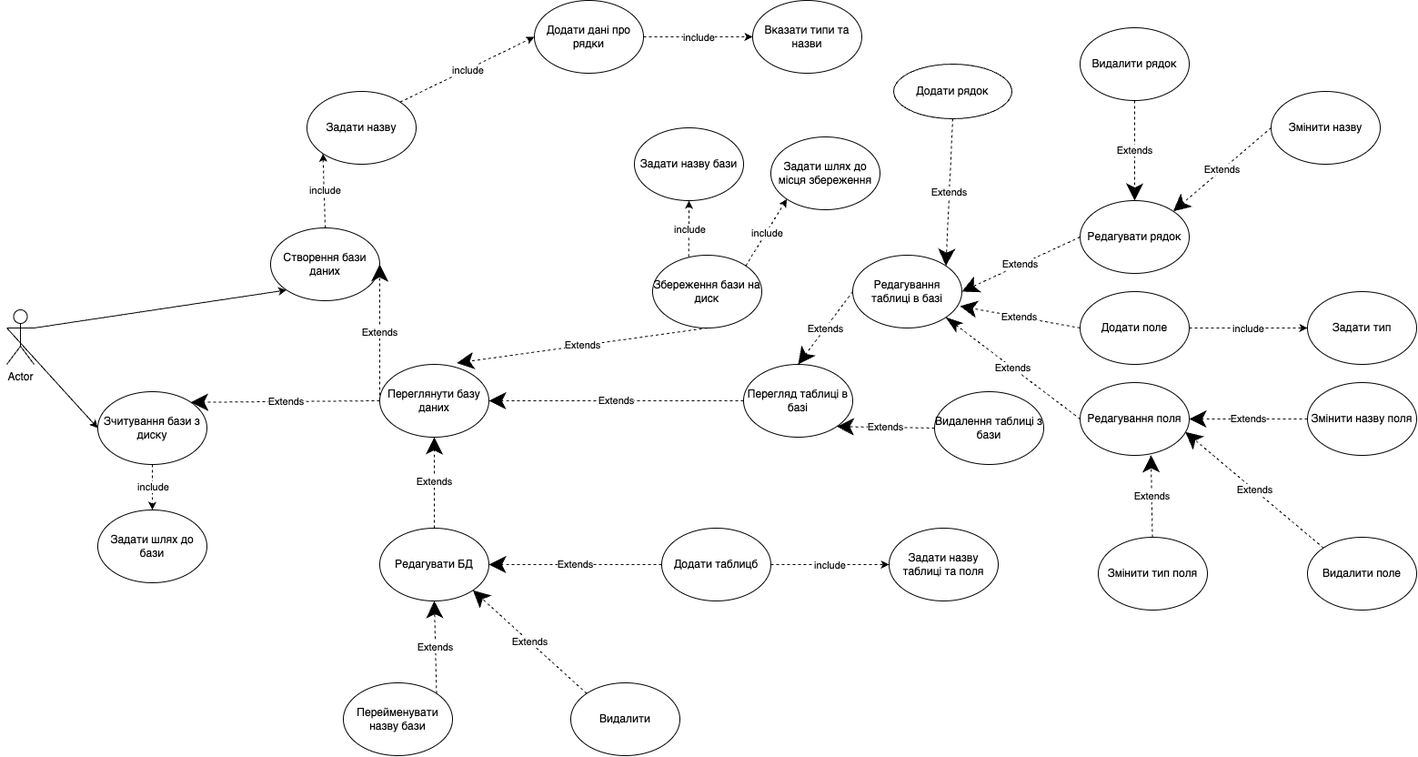
Before: UMLDiagrams/прецедентів.drawio.png, a diagram exported from draw.io (maksymkhodakov/ITLabs). Source tidied: cells renumbered, new cells last; positions are measured from the earlier drawing's top-left corner, leaving out a move shared by most shapes.
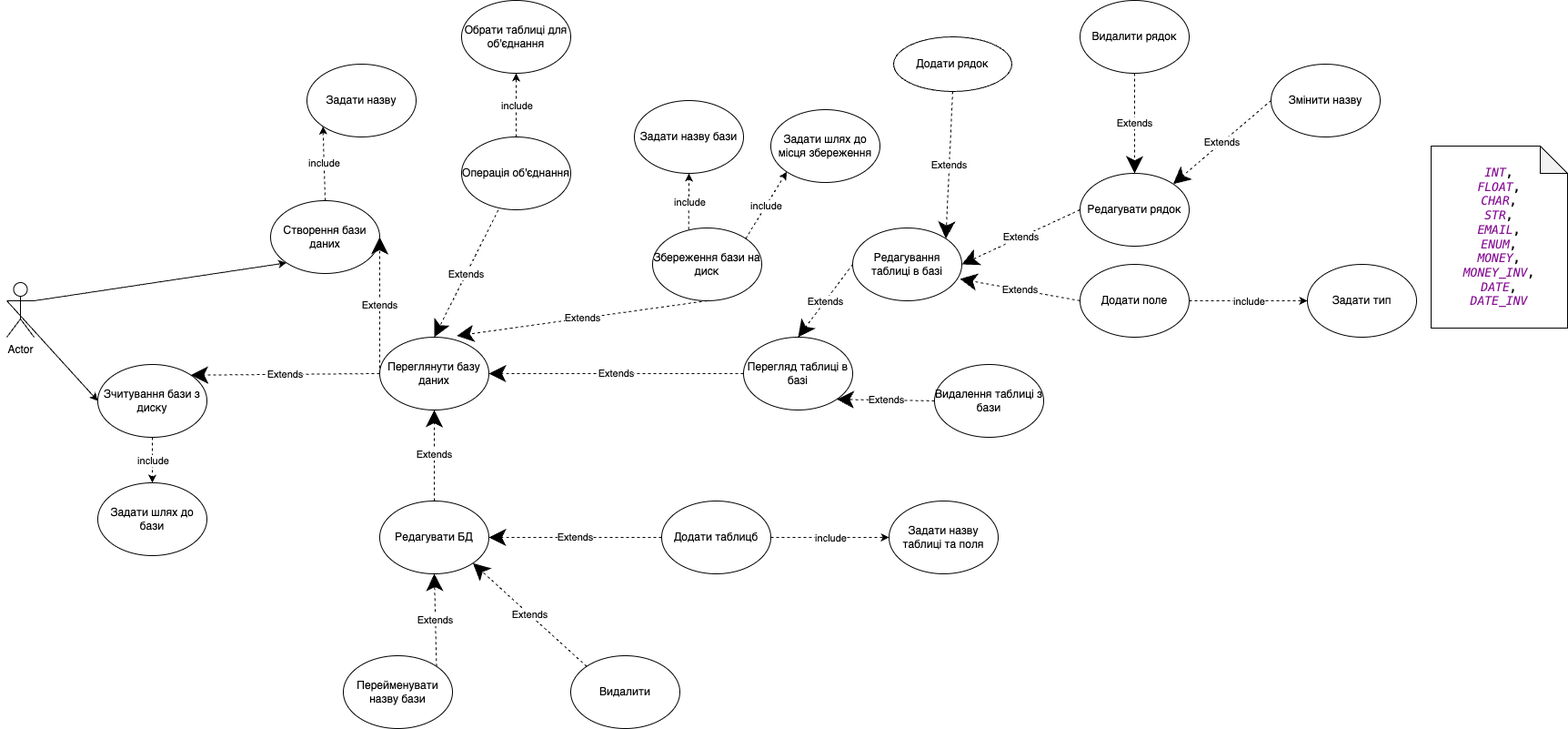
Above is the later version.

Change to the diagram source:
```diff
@@ -65,30 +65,6 @@
     <mxCell id="22" value="Задати назву таблиці та поля" style="ellipse;whiteSpace=wrap;html=1;" parent="1" vertex="1">
       <mxGeometry x="970" y="580" width="120" height="80" as="geometry" />
     </mxCell>
-    <mxCell id="23" value="Extends" style="endArrow=classicThin;endSize=16;endFill=1;html=1;rounded=0;exitX=0;exitY=0.5;exitDx=0;exitDy=0;entryX=1;entryY=1;entryDx=0;entryDy=0;dashed=1;" parent="1" edge="1" source="24" target="5">
-      <mxGeometry relative="1" as="geometry" />
-    </mxCell>
-    <mxCell id="24" value="Редагування поля" style="ellipse;whiteSpace=wrap;html=1;" parent="1" vertex="1">
-      <mxGeometry x="1180" y="420" width="120" height="80" as="geometry" />
-    </mxCell>
-    <mxCell id="25" value="Extends" style="endArrow=classic;endSize=16;endFill=1;html=1;rounded=0;entryX=1;entryY=0.5;entryDx=0;entryDy=0;exitX=0;exitY=0.5;exitDx=0;exitDy=0;dashed=1;" parent="1" edge="1" source="26" target="24">
-      <mxGeometry relative="1" as="geometry" />
-    </mxCell>
-    <mxCell id="26" value="Змінити назву поля" style="ellipse;whiteSpace=wrap;html=1;" parent="1" vertex="1">
-      <mxGeometry x="1430" y="420" width="120" height="80" as="geometry" />
-    </mxCell>
-    <mxCell id="27" value="Extends" style="endArrow=classic;endSize=16;endFill=1;html=1;rounded=0;entryX=0.964;entryY=0.678;entryDx=0;entryDy=0;exitX=0;exitY=0;exitDx=0;exitDy=0;entryPerimeter=0;dashed=1;" parent="1" edge="1" source="28" target="24">
-      <mxGeometry relative="1" as="geometry" />
-    </mxCell>
-    <mxCell id="28" value="Видалити поле" style="ellipse;whiteSpace=wrap;html=1;" parent="1" vertex="1">
-      <mxGeometry x="1430" y="590" width="120" height="80" as="geometry" />
-    </mxCell>
-    <mxCell id="29" value="Змінити тип поля" style="ellipse;whiteSpace=wrap;html=1;" parent="1" vertex="1">
-      <mxGeometry x="1200" y="590" width="120" height="80" as="geometry" />
-    </mxCell>
-    <mxCell id="30" value="Extends" style="endArrow=classic;endSize=16;endFill=1;html=1;rounded=0;entryX=0.649;entryY=0.997;entryDx=0;entryDy=0;entryPerimeter=0;dashed=1;" parent="1" edge="1" source="29" target="24">
-      <mxGeometry relative="1" as="geometry" />
-    </mxCell>
     <mxCell id="31" value="Extends" style="endArrow=classic;endSize=16;endFill=1;html=1;rounded=0;entryX=0.983;entryY=0.7;entryDx=0;entryDy=0;exitX=0;exitY=0.5;exitDx=0;exitDy=0;dashed=1;entryPerimeter=0;" parent="1" edge="1" source="32" target="5">
       <mxGeometry relative="1" as="geometry" />
     </mxCell>
@@ -182,23 +158,23 @@
     <mxCell id="61" value="Extends" style="endArrow=classic;endSize=16;endFill=1;html=1;rounded=0;entryX=0.5;entryY=1;entryDx=0;entryDy=0;dashed=1;exitX=1;exitY=0;exitDx=0;exitDy=0;" parent="1" edge="1" source="55" target="54">
       <mxGeometry relative="1" as="geometry" />
     </mxCell>
-    <mxCell id="62" value="Додати дані про рядки" style="ellipse;whiteSpace=wrap;html=1;" parent="1" vertex="1">
-      <mxGeometry x="580" width="120" height="80" as="geometry" />
-    </mxCell>
-    <mxCell id="63" style="endArrow=classic;html=1;rounded=0;exitX=1;exitY=0.5;exitDx=0;exitDy=0;dashed=1;entryX=0;entryY=0.5;entryDx=0;entryDy=0;" parent="1" edge="1" source="62" target="65">
-      <mxGeometry relative="1" as="geometry" />
-    </mxCell>
-    <mxCell id="64" value="include" style="edgeLabel;html=1;align=center;verticalAlign=middle;" parent="63" vertex="1">
-      <mxGeometry relative="1" as="geometry" />
-    </mxCell>
-    <mxCell id="65" value="Вказати&amp;nbsp;типи та назви" style="ellipse;whiteSpace=wrap;html=1;" parent="1" vertex="1">
-      <mxGeometry x="820" width="120" height="80" as="geometry" />
-    </mxCell>
-    <mxCell id="66" style="endArrow=classic;html=1;rounded=0;exitX=1;exitY=0;exitDx=0;exitDy=0;dashed=1;entryX=0;entryY=0.5;entryDx=0;entryDy=0;" parent="1" edge="1" source="19" target="62">
-      <mxGeometry relative="1" as="geometry" />
-    </mxCell>
-    <mxCell id="67" value="include" style="edgeLabel;html=1;align=center;verticalAlign=middle;" parent="66" vertex="1">
-      <mxGeometry relative="1" as="geometry" />
-    </mxCell>
+    <mxCell id="68" value="Extends" style="endArrow=classic;endSize=16;endFill=1;html=1;rounded=0;dashed=1;entryX=0.5;entryY=0;entryDx=0;entryDy=0;exitX=0.336;exitY=1.004;exitDx=0;exitDy=0;exitPerimeter=0;" parent="1" edge="1" source="69" target="49">
+      <mxGeometry relative="1" as="geometry" />
+    </mxCell>
+    <mxCell id="69" value="Операція об'єднання" style="ellipse;whiteSpace=wrap;html=1;" parent="1" vertex="1">
+      <mxGeometry x="500" y="180" width="120" height="80" as="geometry" />
+    </mxCell>
+    <mxCell id="70" style="endArrow=classic;html=1;rounded=0;exitX=0.5;exitY=0;exitDx=0;exitDy=0;dashed=1;entryX=0.5;entryY=1;entryDx=0;entryDy=0;" parent="1" edge="1" source="69" target="72">
+      <mxGeometry relative="1" as="geometry" />
+    </mxCell>
+    <mxCell id="71" value="include" style="edgeLabel;html=1;align=center;verticalAlign=middle;" parent="70" vertex="1">
+      <mxGeometry relative="1" as="geometry" />
+    </mxCell>
+    <mxCell id="72" value="Обрати таблиці для об'єднання" style="ellipse;whiteSpace=wrap;html=1;" parent="1" vertex="1">
+      <mxGeometry x="500" y="30" width="120" height="80" as="geometry" />
+    </mxCell>
+    <mxCell id="73" value="&lt;div style=&quot;background-color:#ffffff;color:#080808&quot;&gt;&lt;pre style=&quot;font-family:'JetBrains Mono',monospace;font-size:9.8pt;&quot;&gt;&lt;span style=&quot;color:#871094;font-style:italic;&quot;&gt;INT&lt;/span&gt;,&lt;br&gt;&lt;span style=&quot;color:#871094;font-style:italic;&quot;&gt;FLOAT&lt;/span&gt;,&lt;br&gt;&lt;span style=&quot;color:#871094;font-style:italic;&quot;&gt;CHAR&lt;/span&gt;,&lt;br&gt;&lt;span style=&quot;color:#871094;font-style:italic;&quot;&gt;STR&lt;/span&gt;,&lt;br&gt;&lt;span style=&quot;color:#871094;font-style:italic;&quot;&gt;EMAIL&lt;/span&gt;,&lt;br&gt;&lt;span style=&quot;color:#871094;font-style:italic;&quot;&gt;ENUM&lt;/span&gt;,&lt;br&gt;&lt;span style=&quot;color:#871094;font-style:italic;&quot;&gt;MONEY&lt;/span&gt;,&lt;br&gt;&lt;span style=&quot;color:#871094;font-style:italic;&quot;&gt;MONEY_INV&lt;/span&gt;,&lt;br&gt;&lt;span style=&quot;color:#871094;font-style:italic;&quot;&gt;DATE&lt;/span&gt;,&lt;br&gt;&lt;span style=&quot;color:#871094;font-style:italic;&quot;&gt;DATE_INV&lt;/span&gt;&lt;/pre&gt;&lt;/div&gt;" style="shape=note;whiteSpace=wrap;html=1;backgroundOutline=1;darkOpacity=0.05;" parent="1" vertex="1">
+      <mxGeometry x="1566" y="190" width="150" height="200" as="geometry" />
+    </mxCell>
   </root>
 </mxGraphModel>
```
